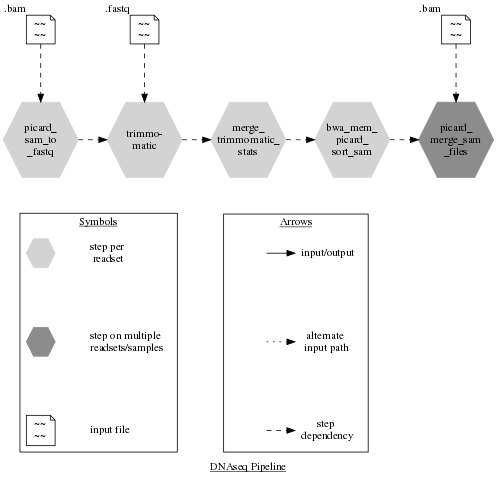
This is DNAseq_Pipeline.dot.png from aditya-gupta-i/Flowchart__2, a Graphviz export, as it was before one commit. Its source is kept beside it as DNAseq_Pipeline.dot. The source it was exported from:
```dot
digraph G {
	node [shape=hexagon]
	edge [style=dashed]
	rankdir=TB size="8,5"
	edge [minlen=2]
	node [fixedsize=true height=1.3 width=1.3]
	A [label="picard_
sam_to
_fastq" color=lightgrey style=filled]
	B [label="trimmo-
matic" color=lightgrey style=filled]
	C [label="merge_
trimmomatic_
stats" color=lightgrey style=filled]
	D [label="bwa_mem_
picard_
sort_sam" color=lightgrey style=filled]
	E [label="picard_
merge_sam
_files" color=grey55 style=filled]
	node [fixedsize=true height=0.5 width=0.5]
	F [label="~~
~~" shape=note xlabel=".bam"]
	G [label="~~
~~" shape=note xlabel=".fastq"]
	H [label="~~
~~" shape=note xlabel=".bam"]
	F -> A
	G -> B
	H -> E
	A -> B
	B -> C
	C -> D
	D -> E
	node [fixedsize=false]
label = <<u>DNAseq Pipeline</u>>;
{rank = same; A; B; C; D; E;}; {rank = same; F;G;H;};
subgraph cluster_1 {
label = <<u>Symbols</u>>;
edge[style=invis];
a0[shape = plaintext, label = "step per
 readset"];   a1[shape = plaintext, label = "step on multiple
readsets/samples"];  a2[shape = plaintext, label = "input file"];
b0 -> b1 -> b2;
b0[shape = hexagon,style=filled,color = lightgrey,label=""];  b1[shape = hexagon,style=filled, color = gray55,label=""];   b2[shape = note,label="~~
~~"];
b0->a0[style = invis];	 b1->a1[style = invis];   b2->a2[style = invis];
{rank = same;a0;b0};        {rank = same;a1;b1};        {rank = same;a2;b2};     }
subgraph cluster_2{
label = <<u>Arrows</u>>;
edge[style = invis];
a3[shape = plaintext, label = "input/output"]; 		a4[shape = plaintext, label = "alternate
 input path"]; 		a5[shape = plaintext, label = "step
dependency"];
b3 ->b4 ->b5;
b3[style = invis];        b4[style = invis];        b5[style = invis];
b3->a3[style = solid]; 		b4->a4[style = dotted];		b5->a5[style = dashed];
{rank = same;a3;b3};        {rank = same;a4;b4};        {rank = same;a5;b5};}
edge[style=invis];   A->b0;  C->b3;
}
```
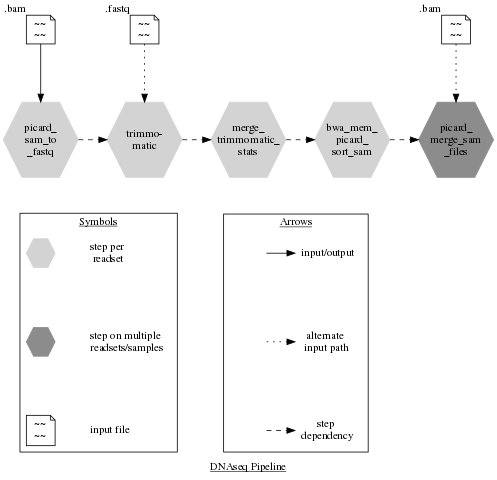
After the commit.

Change to the diagram source:
```diff
@@ -25,9 +25,9 @@
 ~~" shape=note xlabel=".fastq"]
 	H [label="~~
 ~~" shape=note xlabel=".bam"]
-	F -> A
-	G -> B
-	H -> E
+	F -> A [style=solid]
+	G -> B [style=dotted]
+	H -> E [style=dotted]
 	A -> B
 	B -> C
 	C -> D
```
